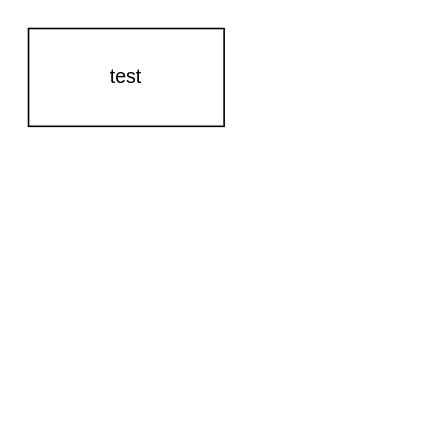
Above: src/main/java/未命名绘图.drawio in jaydensun/hello-world (draw.io), before the change. Source tidied: cells renumbered, new cells numbered last; positions are measured from the earlier drawing's top-left corner, leaving out a move shared by most shapes. Both pictures are drawn from the tidied source at 163%, with x=0, y=0 at pixel (28, 28).
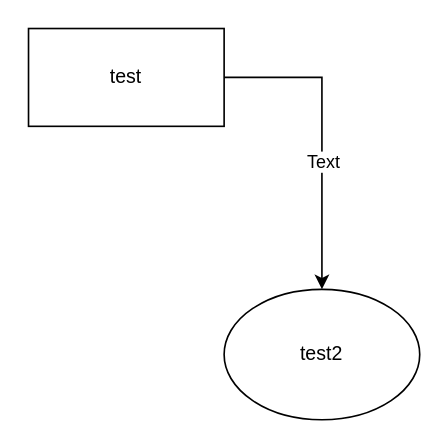
The same page after the edit.

Commit message:
更新未命名绘图.drawio

The edit, as a diff of the source:
```diff
@@
 <mxGraphModel>
   <root>
     <mxCell id="0" />
     <mxCell id="1" parent="0" />
+    <mxCell id="3" style="edgeStyle=orthogonalEdgeStyle;rounded=0;jettySize=auto;html=1;exitX=1;exitY=0.5;exitDx=0;exitDy=0;entryX=0.5;entryY=0;entryDx=0;entryDy=0;" parent="1" edge="1" source="2" target="5">
+      <mxGeometry relative="1" as="geometry" />
+    </mxCell>
+    <mxCell id="4" value="Text" style="edgeLabel;html=1;align=center;verticalAlign=middle;" parent="3" vertex="1">
+      <mxGeometry x="0.17" relative="1" as="geometry" />
+    </mxCell>
     <mxCell id="2" value="test" style="rounded=0;whiteSpace=wrap;html=1;" parent="1" vertex="1">
       <mxGeometry width="120" height="60" as="geometry" />
     </mxCell>
+    <mxCell id="5" value="test2" style="ellipse;whiteSpace=wrap;html=1;" parent="1" vertex="1">
+      <mxGeometry x="120" y="160" width="120" height="80" as="geometry" />
+    </mxCell>
   </root>
 </mxGraphModel>
```
